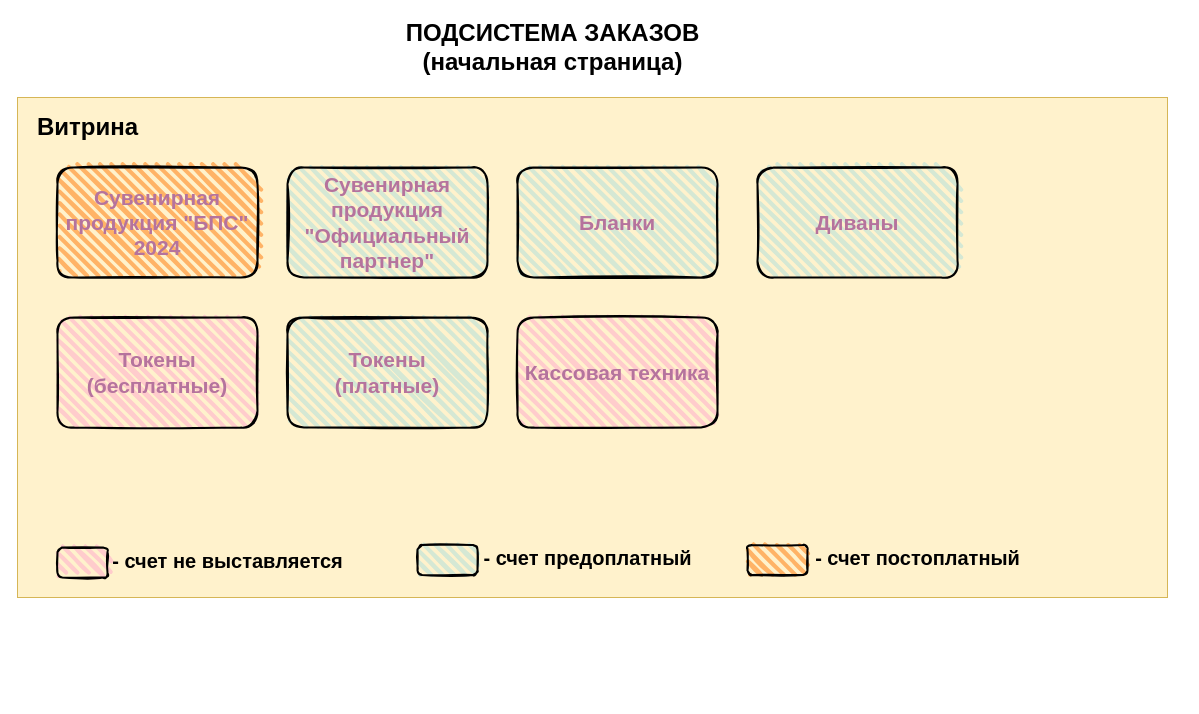
Before: Диаграмма без названия.drawio in Kostey2204/GpsApp, a draw.io diagram. Source tidied: cells renumbered, new cells numbered last; positions are measured from the earlier drawing's top-left corner, leaving out a move shared by most shapes. Both pictures are drawn from the tidied source at 100%, with x=0, y=0 at pixel (17, 17).
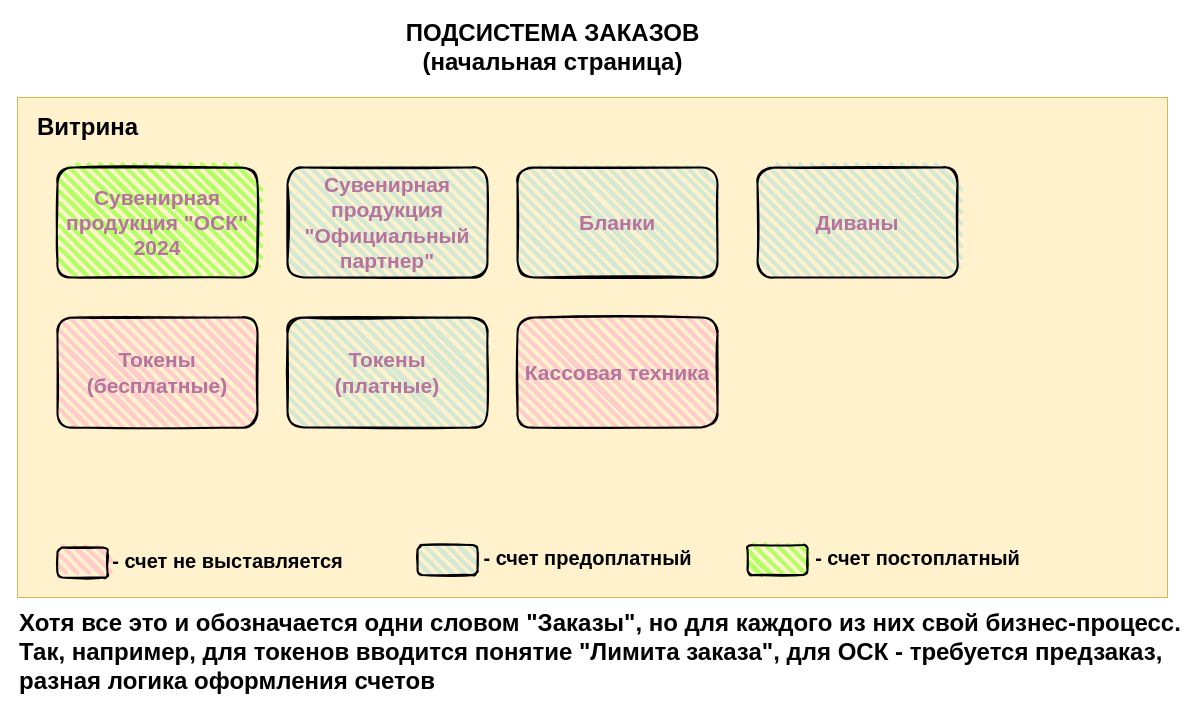
After the change.

Change to the diagram source:
```diff
@@
 <mxGraphModel>
   <root>
     <mxCell id="0" />
     <mxCell id="1" parent="0" />
     <mxCell id="2" value="ПОДСИСТЕМА ЗАКАЗОВ&lt;br&gt;(начальная страница)&lt;div&gt;&lt;br&gt;&lt;/div&gt;" style="text;strokeColor=none;fillColor=none;html=1;fontSize=24;fontStyle=1;verticalAlign=middle;align=center;" parent="1" vertex="1">
       <mxGeometry x="360" width="350" height="90" as="geometry" />
     </mxCell>
     <mxCell id="3" style="rounded=0;whiteSpace=wrap;html=1;fillColor=#fff2cc;strokeColor=#d6b656;align=center;" parent="1" vertex="1">
       <mxGeometry y="80" width="1150" height="500" as="geometry" />
     </mxCell>
     <mxCell id="4" value="Витрина" style="text;strokeColor=none;fillColor=none;html=1;fontSize=24;fontStyle=1;verticalAlign=middle;align=center;" parent="1" vertex="1">
       <mxGeometry x="10" y="90" width="120" height="40" as="geometry" />
     </mxCell>
     <mxCell id="5" value="&lt;font color=&quot;#b5739d&quot; style=&quot;font-size: 21px;&quot;&gt;&lt;b&gt;Токены&lt;br&gt;(бесплатные)&lt;/b&gt;&lt;/font&gt;" style="rounded=1;whiteSpace=wrap;html=1;strokeWidth=2;fillWeight=4;hachureGap=8;hachureAngle=45;fillColor=#FFCCCC;sketch=1;" parent="1" vertex="1">
       <mxGeometry x="40" y="300" width="200" height="110" as="geometry" />
     </mxCell>
     <mxCell id="6" value="&lt;font color=&quot;#b5739d&quot; style=&quot;font-size: 21px;&quot;&gt;&lt;b&gt;Токены&lt;br&gt;(платные)&lt;/b&gt;&lt;/font&gt;" style="rounded=1;whiteSpace=wrap;html=1;strokeWidth=2;fillWeight=4;hachureGap=8;hachureAngle=45;fillColor=#D5E8D4;sketch=1;" parent="1" vertex="1">
       <mxGeometry x="270" y="300" width="200" height="110" as="geometry" />
     </mxCell>
     <mxCell id="7" value="&lt;font color=&quot;#b5739d&quot;&gt;&lt;span style=&quot;font-size: 21px;&quot;&gt;&lt;b&gt;Кассовая техника&lt;/b&gt;&lt;/span&gt;&lt;/font&gt;" style="rounded=1;whiteSpace=wrap;html=1;strokeWidth=2;fillWeight=4;hachureGap=8;hachureAngle=45;fillColor=#FFCCCC;sketch=1;" parent="1" vertex="1">
       <mxGeometry x="500" y="300" width="200" height="110" as="geometry" />
     </mxCell>
     <mxCell id="8" value="&lt;font color=&quot;#b5739d&quot;&gt;&lt;span style=&quot;font-size: 21px;&quot;&gt;&lt;b&gt;Сувенирная продукция &quot;Официальный партнер&quot;&lt;/b&gt;&lt;/span&gt;&lt;/font&gt;" style="rounded=1;whiteSpace=wrap;html=1;strokeWidth=2;fillWeight=4;hachureGap=8;hachureAngle=45;fillColor=#D5E8D4;sketch=1;" parent="1" vertex="1">
       <mxGeometry x="270" y="150" width="200" height="110" as="geometry" />
     </mxCell>
-    <mxCell id="9" value="&lt;font color=&quot;#b5739d&quot;&gt;&lt;span style=&quot;font-size: 21px;&quot;&gt;&lt;b&gt;Сувенирная продукция &quot;БПС&quot; 2024&lt;/b&gt;&lt;/span&gt;&lt;/font&gt;" style="rounded=1;whiteSpace=wrap;html=1;strokeWidth=2;fillWeight=4;hachureGap=8;hachureAngle=45;fillColor=#FFB366;sketch=1;" parent="1" vertex="1">
+    <mxCell id="9" value="&lt;font color=&quot;#b5739d&quot;&gt;&lt;span style=&quot;font-size: 21px;&quot;&gt;&lt;b&gt;Сувенирная продукция &quot;ОСК&quot; 2024&lt;/b&gt;&lt;/span&gt;&lt;/font&gt;" style="rounded=1;whiteSpace=wrap;html=1;strokeWidth=2;fillWeight=4;hachureGap=8;hachureAngle=45;fillColor=#B3FF66;sketch=1;" parent="1" vertex="1">
       <mxGeometry x="40" y="150" width="200" height="110" as="geometry" />
     </mxCell>
     <mxCell id="10" value="&lt;font color=&quot;#b5739d&quot;&gt;&lt;span style=&quot;font-size: 21px;&quot;&gt;&lt;b&gt;Бланки&lt;/b&gt;&lt;/span&gt;&lt;/font&gt;" style="rounded=1;whiteSpace=wrap;html=1;strokeWidth=2;fillWeight=4;hachureGap=8;hachureAngle=45;fillColor=#D5E8D4;sketch=1;" parent="1" vertex="1">
       <mxGeometry x="500" y="150" width="200" height="110" as="geometry" />
     </mxCell>
     <mxCell id="11" value="&lt;font color=&quot;#b5739d&quot;&gt;&lt;span style=&quot;font-size: 21px;&quot;&gt;&lt;b&gt;Диваны&lt;/b&gt;&lt;/span&gt;&lt;/font&gt;" style="rounded=1;whiteSpace=wrap;html=1;strokeWidth=2;fillWeight=4;hachureGap=8;hachureAngle=45;fillColor=#D5E8D4;sketch=1;" parent="1" vertex="1">
       <mxGeometry x="740" y="150" width="200" height="110" as="geometry" />
     </mxCell>
     <mxCell id="12" style="rounded=1;whiteSpace=wrap;html=1;strokeWidth=2;fillWeight=4;hachureGap=8;hachureAngle=45;fillColor=#FFCCCC;sketch=1;" parent="1" vertex="1">
       <mxGeometry x="40" y="530" width="50" height="30" as="geometry" />
     </mxCell>
     <mxCell id="13" value="&lt;font style=&quot;font-size: 20px;&quot;&gt;- счет не выставляется&lt;/font&gt;" style="text;strokeColor=none;fillColor=none;html=1;fontSize=24;fontStyle=1;verticalAlign=middle;align=center;" parent="1" vertex="1">
       <mxGeometry x="90" y="520" width="240" height="45" as="geometry" />
     </mxCell>
     <mxCell id="14" style="rounded=1;whiteSpace=wrap;html=1;strokeWidth=2;fillWeight=4;hachureGap=8;hachureAngle=45;fillColor=#D5E8D4;sketch=1;" parent="1" vertex="1">
       <mxGeometry x="400" y="527.5" width="60" height="30" as="geometry" />
     </mxCell>
     <mxCell id="15" value="&lt;font style=&quot;font-size: 20px;&quot;&gt;- счет предоплатный&lt;/font&gt;" style="text;strokeColor=none;fillColor=none;html=1;fontSize=24;fontStyle=1;verticalAlign=middle;align=center;" parent="1" vertex="1">
       <mxGeometry x="450" y="517" width="240" height="45" as="geometry" />
     </mxCell>
-    <mxCell id="16" style="rounded=1;whiteSpace=wrap;html=1;strokeWidth=2;fillWeight=4;hachureGap=8;hachureAngle=45;fillColor=#FFB366;sketch=1;" parent="1" vertex="1">
+    <mxCell id="16" style="rounded=1;whiteSpace=wrap;html=1;strokeWidth=2;fillWeight=4;hachureGap=8;hachureAngle=45;fillColor=#B3FF66;sketch=1;" parent="1" vertex="1">
       <mxGeometry x="730" y="527.5" width="60" height="30" as="geometry" />
     </mxCell>
     <mxCell id="17" value="&lt;font style=&quot;font-size: 20px;&quot;&gt;- счет постоплатный&lt;/font&gt;" style="text;strokeColor=none;fillColor=none;html=1;fontSize=24;fontStyle=1;verticalAlign=middle;align=center;" parent="1" vertex="1">
       <mxGeometry x="780" y="517" width="240" height="45" as="geometry" />
     </mxCell>
+    <mxCell id="18" value="Хотя все это и обозначается одни словом &quot;Заказы&quot;, но для каждого из них свой бизнес-процесс.&lt;br&gt;Так, например, для токенов вводится понятие &quot;Лимита заказа&quot;, для ОСК - требуется предзаказ, &lt;br&gt;разная логика оформления счетов" style="text;strokeColor=none;fillColor=none;html=1;fontSize=24;fontStyle=1;verticalAlign=middle;align=left;" parent="1" vertex="1">
+      <mxGeometry y="590" width="1150" height="90" as="geometry" />
+    </mxCell>
   </root>
 </mxGraphModel>
```
